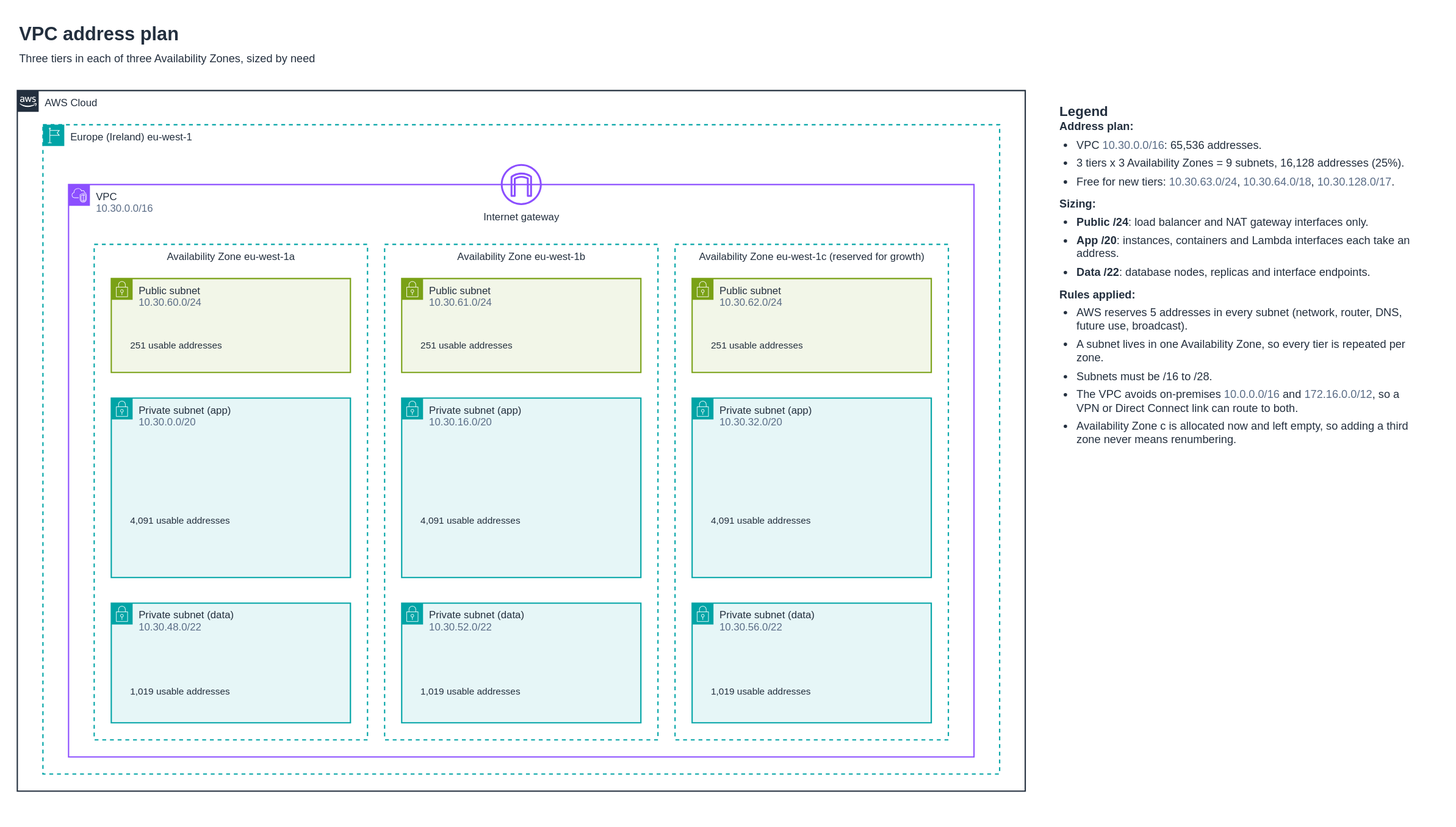
Above: 03-vpc-cidr-design/diagrams/vpc-address-plan.drawio.svg in ooseni/TESA-Cloud-Engineering (draw.io), before the change. Source tidied: cells renumbered, new cells last; positions are measured from the earlier drawing's top-left corner, leaving out a move shared by most shapes.
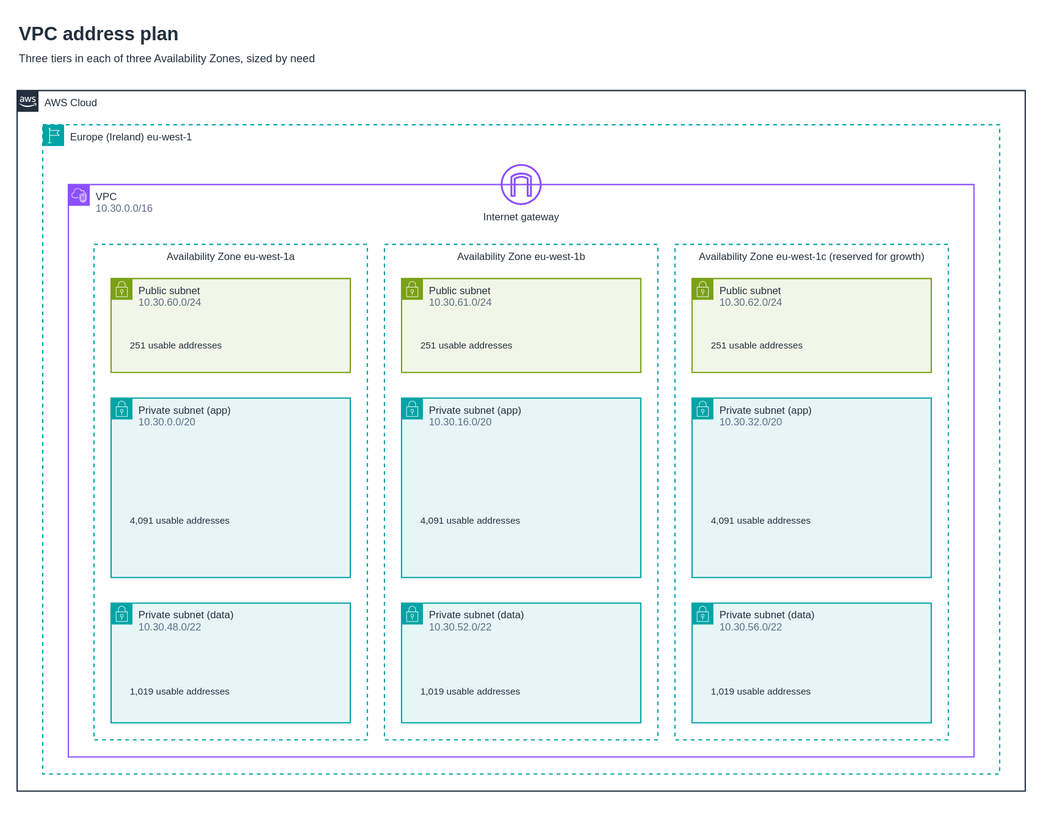
After the commit.

Commit message:
docs(cidr): resize the address plan diagram for the README

The edit, as a diff of the source:
```diff
@@ -80,8 +80,5 @@
     <mxCell id="27" value="VPC address plan&lt;br&gt;&lt;span style=&quot;font-size:13px;font-weight:normal&quot;&gt;Three tiers in each of three Availability Zones, sized by need&lt;/span&gt;" style="text;html=1;fontFamily=Arial;align=left;verticalAlign=top;strokeColor=none;fillColor=none;fontSize=22;fontStyle=1;fontColor=#232F3E;" parent="1" vertex="1">
       <mxGeometry width="1000" height="50" as="geometry" />
     </mxCell>
-    <mxCell id="28" value="&lt;div&gt;&lt;b style=&quot;font-size:16px&quot;&gt;Legend&lt;/b&gt;&lt;/div&gt;&lt;b&gt;Address plan:&lt;/b&gt;&lt;ul style=&quot;padding-left:20px;margin-top:6px;margin-bottom:10px&quot;&gt;&lt;li style=&quot;margin-bottom:6px&quot;&gt;VPC &lt;font color=&quot;#5A6C86&quot; style=&quot;white-space:nowrap&quot;&gt;10.30.0.0/16&lt;/font&gt;: 65,536 addresses.&lt;/li&gt;&lt;li style=&quot;margin-bottom:6px&quot;&gt;3 tiers x 3 Availability Zones = 9 subnets, 16,128 addresses (25%).&lt;/li&gt;&lt;li style=&quot;margin-bottom:6px&quot;&gt;Free for new tiers: &lt;font color=&quot;#5A6C86&quot; style=&quot;white-space:nowrap&quot;&gt;10.30.63.0/24&lt;/font&gt;, &lt;font color=&quot;#5A6C86&quot; style=&quot;white-space:nowrap&quot;&gt;10.30.64.0/18&lt;/font&gt;, &lt;font color=&quot;#5A6C86&quot; style=&quot;white-space:nowrap&quot;&gt;10.30.128.0/17&lt;/font&gt;.&lt;/li&gt;&lt;/ul&gt;&lt;b&gt;Sizing:&lt;/b&gt;&lt;ul style=&quot;padding-left:20px;margin-top:6px;margin-bottom:10px&quot;&gt;&lt;li style=&quot;margin-bottom:6px&quot;&gt;&lt;b&gt;Public /24&lt;/b&gt;: load balancer and NAT gateway interfaces only.&lt;/li&gt;&lt;li style=&quot;margin-bottom:6px&quot;&gt;&lt;b&gt;App /20&lt;/b&gt;: instances, containers and Lambda interfaces each take an address.&lt;/li&gt;&lt;li style=&quot;margin-bottom:6px&quot;&gt;&lt;b&gt;Data /22&lt;/b&gt;: database nodes, replicas and interface endpoints.&lt;/li&gt;&lt;/ul&gt;&lt;b&gt;Rules applied:&lt;/b&gt;&lt;ul style=&quot;padding-left:20px;margin-top:6px;margin-bottom:10px&quot;&gt;&lt;li style=&quot;margin-bottom:6px&quot;&gt;AWS reserves 5 addresses in every subnet (network, router, DNS, future use, broadcast).&lt;/li&gt;&lt;li style=&quot;margin-bottom:6px&quot;&gt;A subnet lives in one Availability Zone, so every tier is repeated per zone.&lt;/li&gt;&lt;li style=&quot;margin-bottom:6px&quot;&gt;Subnets must be /16 to /28.&lt;/li&gt;&lt;li style=&quot;margin-bottom:6px&quot;&gt;The VPC avoids on-premises &lt;font color=&quot;#5A6C86&quot; style=&quot;white-space:nowrap&quot;&gt;10.0.0.0/16&lt;/font&gt; and &lt;font color=&quot;#5A6C86&quot; style=&quot;white-space:nowrap&quot;&gt;172.16.0.0/12&lt;/font&gt;, so a VPN or Direct Connect link can route to both.&lt;/li&gt;&lt;li style=&quot;margin-bottom:6px&quot;&gt;Availability Zone c is allocated now and left empty, so adding a third zone never means renumbering.&lt;/li&gt;&lt;/ul&gt;" style="text;html=1;whiteSpace=wrap;fontFamily=Arial;fontSize=13;fontColor=#232F3E;align=left;verticalAlign=top;strokeColor=none;fillColor=none;spacing=0;" parent="1" vertex="1">
-      <mxGeometry x="1220" y="96" width="420" height="810" as="geometry" />
-    </mxCell>
   </root>
 </mxGraphModel>
```
